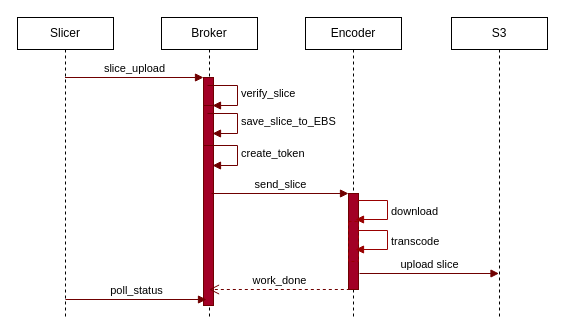
Earlier version of the draw.io diagram page "Sequence" (1 of 5) of docs/diagrams/ingest.drawio (dimastatz/video-streaming-analytics). Source tidied: cells renumbered, new cells numbered last; positions are measured from the earlier drawing's top-left corner, leaving out a move shared by most shapes. Both pictures are drawn from the tidied source at 100%, with x=0, y=0 at pixel (17, 17).
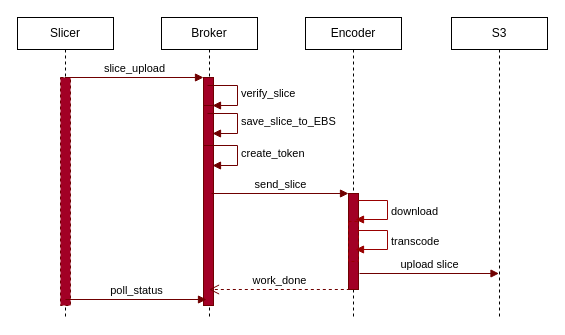
Above is the later version.

The change refers to these unchanged cells:
```xml
<mxCell id="2" value="Slicer" style="shape=umlLifeline;perimeter=lifelinePerimeter;whiteSpace=wrap;html=1;outlineConnect=0;size=32;" parent="1" vertex="1">
  <mxGeometry width="96" height="300" as="geometry" />
</mxCell>
```

Diff of the diagram source:
```diff
@@
+    <mxCell id="20" style="html=1;perimeter=orthogonalPerimeter;dashed=1;fontColor=#ffffff;strokeColor=#6F0000;fillColor=#a20025;" parent="2" vertex="1">
+      <mxGeometry x="43" y="60" width="10" height="228" as="geometry" />
+    </mxCell>
```
